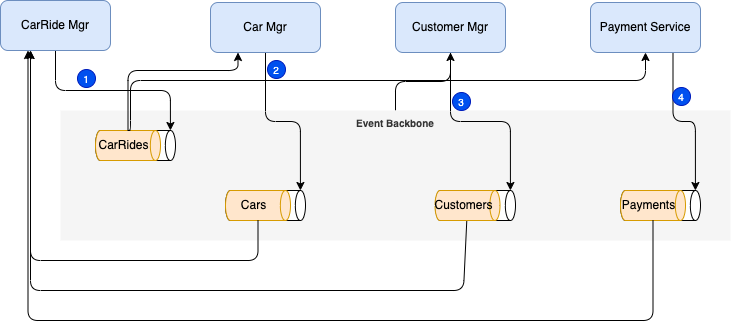
Above: docs/patterns/saga/images/saga-choreo.drawio.png in jbcodeforce/eda-studies (draw.io), before the change. Source tidied: cells renumbered, new cells last; positions are measured from the earlier drawing's top-left corner, leaving out a move shared by most shapes. Source of this version:
```xml
<mxGraphModel>
  <root>
    <mxCell id="0" />
    <mxCell id="1" parent="0" />
    <mxCell id="2" style="edgeStyle=orthogonalEdgeStyle;html=1;fontSize=10;" parent="1" edge="1" source="3" target="9">
      <mxGeometry relative="1" as="geometry" />
    </mxCell>
    <mxCell id="3" value="Event Backbone" style="rounded=0;whiteSpace=wrap;html=1;fontSize=10;fillColor=#f5f5f5;fontColor=#333333;strokeColor=none;verticalAlign=top;fontStyle=1;" parent="1" vertex="1">
      <mxGeometry x="60" y="110" width="670" height="130" as="geometry" />
    </mxCell>
    <mxCell id="4" style="edgeStyle=orthogonalEdgeStyle;html=1;entryX=0;entryY=0;entryDx=0;entryDy=5.082061767578125;entryPerimeter=0;fontSize=10;" parent="1" edge="1" source="5" target="13">
      <mxGeometry relative="1" as="geometry" />
    </mxCell>
    <mxCell id="5" value="CarRide Mgr" style="rounded=1;whiteSpace=wrap;html=1;fillColor=#dae8fc;strokeColor=#6c8ebf;" parent="1" vertex="1">
      <mxGeometry width="110" height="50" as="geometry" />
    </mxCell>
    <mxCell id="6" style="edgeStyle=orthogonalEdgeStyle;html=1;entryX=0;entryY=0;entryDx=0;entryDy=5.082061767578125;entryPerimeter=0;fontSize=10;" parent="1" edge="1" source="7" target="16">
      <mxGeometry relative="1" as="geometry" />
    </mxCell>
    <mxCell id="7" value="Car Mgr" style="rounded=1;whiteSpace=wrap;html=1;fillColor=#dae8fc;strokeColor=#6c8ebf;" parent="1" vertex="1">
      <mxGeometry x="210" y="2" width="110" height="50" as="geometry" />
    </mxCell>
    <mxCell id="8" style="edgeStyle=orthogonalEdgeStyle;html=1;entryX=0;entryY=0;entryDx=0;entryDy=5.082061767578125;entryPerimeter=0;fontSize=10;" parent="1" edge="1" source="9" target="26">
      <mxGeometry relative="1" as="geometry" />
    </mxCell>
    <mxCell id="9" value="Customer Mgr" style="rounded=1;whiteSpace=wrap;html=1;fillColor=#dae8fc;strokeColor=#6c8ebf;" parent="1" vertex="1">
      <mxGeometry x="395" y="2" width="110" height="50" as="geometry" />
    </mxCell>
    <mxCell id="10" style="edgeStyle=orthogonalEdgeStyle;html=1;exitX=0.75;exitY=1;exitDx=0;exitDy=0;entryX=0;entryY=0;entryDx=0;entryDy=5.082061767578125;fontSize=10;entryPerimeter=0;" parent="1" edge="1" source="11" target="19">
      <mxGeometry relative="1" as="geometry" />
    </mxCell>
    <mxCell id="11" value="Payment Service" style="rounded=1;whiteSpace=wrap;html=1;fillColor=#dae8fc;strokeColor=#6c8ebf;" parent="1" vertex="1">
      <mxGeometry x="590" y="2" width="110" height="50" as="geometry" />
    </mxCell>
    <mxCell id="12" style="group;horizontal=1;fontSize=10;" parent="1" vertex="1">
      <mxGeometry x="95" y="130" width="80" height="30" as="geometry" />
    </mxCell>
    <mxCell id="13" style="shape=cylinder3;whiteSpace=wrap;html=1;boundedLbl=1;backgroundOutline=1;size=5.082061767578125;rotation=90;" parent="12" vertex="1">
      <mxGeometry x="25" y="-25" width="30" height="80" as="geometry" />
    </mxCell>
    <mxCell id="14" value="CarRides" style="shape=cylinder3;whiteSpace=wrap;html=1;boundedLbl=1;backgroundOutline=1;size=5.082061767578125;rotation=90;horizontal=0;fillColor=#ffe6cc;strokeColor=#d79b00;" parent="12" vertex="1">
      <mxGeometry x="17.5" y="-17.5" width="30" height="65" as="geometry" />
    </mxCell>
    <mxCell id="15" style="group;horizontal=1;fontSize=10;" parent="1" vertex="1">
      <mxGeometry x="225" y="190" width="80" height="30" as="geometry" />
    </mxCell>
    <mxCell id="16" style="shape=cylinder3;whiteSpace=wrap;html=1;boundedLbl=1;backgroundOutline=1;size=5.082061767578125;rotation=90;" parent="15" vertex="1">
      <mxGeometry x="25" y="-25" width="30" height="80" as="geometry" />
    </mxCell>
    <mxCell id="17" value="Cars" style="shape=cylinder3;whiteSpace=wrap;html=1;boundedLbl=1;backgroundOutline=1;size=5.082061767578125;rotation=90;horizontal=0;fillColor=#ffe6cc;strokeColor=#d79b00;" parent="15" vertex="1">
      <mxGeometry x="17.5" y="-17.5" width="30" height="65" as="geometry" />
    </mxCell>
    <mxCell id="18" style="group;horizontal=1;fontSize=10;" parent="1" vertex="1">
      <mxGeometry x="620" y="190" width="80" height="30" as="geometry" />
    </mxCell>
    <mxCell id="19" style="shape=cylinder3;whiteSpace=wrap;html=1;boundedLbl=1;backgroundOutline=1;size=5.082061767578125;rotation=90;" parent="18" vertex="1">
      <mxGeometry x="25" y="-25" width="30" height="80" as="geometry" />
    </mxCell>
    <mxCell id="20" value="Payments" style="shape=cylinder3;whiteSpace=wrap;html=1;boundedLbl=1;backgroundOutline=1;size=5.082061767578125;rotation=90;horizontal=0;fillColor=#ffe6cc;strokeColor=#d79b00;" parent="18" vertex="1">
      <mxGeometry x="17.5" y="-17.5" width="30" height="65" as="geometry" />
    </mxCell>
    <mxCell id="21" style="edgeStyle=orthogonalEdgeStyle;html=1;entryX=0.25;entryY=1;entryDx=0;entryDy=0;fontSize=10;" parent="1" edge="1" source="14" target="7">
      <mxGeometry relative="1" as="geometry">
        <Array as="points">
          <mxPoint x="127" y="70" />
          <mxPoint x="237" y="70" />
        </Array>
      </mxGeometry>
    </mxCell>
    <mxCell id="22" style="edgeStyle=orthogonalEdgeStyle;html=1;entryX=0.5;entryY=1;entryDx=0;entryDy=0;fontSize=10;exitX=0;exitY=0.5;exitDx=0;exitDy=0;exitPerimeter=0;" parent="1" edge="1" source="14" target="11">
      <mxGeometry relative="1" as="geometry">
        <Array as="points">
          <mxPoint x="130" y="130" />
          <mxPoint x="130" y="80" />
          <mxPoint x="645" y="80" />
        </Array>
      </mxGeometry>
    </mxCell>
    <mxCell id="23" style="edgeStyle=orthogonalEdgeStyle;html=1;entryX=0.25;entryY=1;entryDx=0;entryDy=0;fontSize=10;" parent="1" edge="1" source="20" target="5">
      <mxGeometry relative="1" as="geometry">
        <Array as="points">
          <mxPoint x="653" y="320" />
          <mxPoint x="28" y="320" />
        </Array>
      </mxGeometry>
    </mxCell>
    <mxCell id="24" style="edgeStyle=orthogonalEdgeStyle;html=1;fontSize=10;" parent="1" edge="1" source="27">
      <mxGeometry relative="1" as="geometry">
        <mxPoint x="30" y="50" as="targetPoint" />
        <Array as="points">
          <mxPoint x="463" y="290" />
          <mxPoint x="30" y="290" />
        </Array>
      </mxGeometry>
    </mxCell>
    <mxCell id="25" style="edgeStyle=orthogonalEdgeStyle;html=1;fontSize=10;" parent="1" edge="1" source="17">
      <mxGeometry relative="1" as="geometry">
        <mxPoint x="30" y="50" as="targetPoint" />
        <Array as="points">
          <mxPoint x="257" y="260" />
          <mxPoint x="30" y="260" />
        </Array>
      </mxGeometry>
    </mxCell>
    <mxCell id="26" style="shape=cylinder3;whiteSpace=wrap;html=1;boundedLbl=1;backgroundOutline=1;size=5.082061767578125;rotation=90;" parent="1" vertex="1">
      <mxGeometry x="460" y="165" width="30" height="80" as="geometry" />
    </mxCell>
    <mxCell id="27" value="Customers" style="shape=cylinder3;whiteSpace=wrap;html=1;boundedLbl=1;backgroundOutline=1;size=5.082061767578125;rotation=90;horizontal=0;fillColor=#ffe6cc;strokeColor=#d79b00;" parent="1" vertex="1">
      <mxGeometry x="452" y="172.5" width="30" height="65" as="geometry" />
    </mxCell>
    <mxCell id="28" value="1" style="ellipse;whiteSpace=wrap;html=1;strokeColor=#001DBC;fontSize=10;fillColor=#0050ef;fontColor=#ffffff;" parent="1" vertex="1">
      <mxGeometry x="77" y="69" width="18" height="18" as="geometry" />
    </mxCell>
    <mxCell id="29" value="2" style="ellipse;whiteSpace=wrap;html=1;strokeColor=#001DBC;fontSize=10;fillColor=#0050ef;fontColor=#ffffff;" parent="1" vertex="1">
      <mxGeometry x="267" y="60" width="18" height="18" as="geometry" />
    </mxCell>
    <mxCell id="30" value="3&lt;span style=&quot;color: rgba(0, 0, 0, 0); font-family: monospace; font-size: 0px; text-align: start;&quot;&gt;%3CmxGraphModel%3E%3Croot%3E%3CmxCell%20id%3D%220%22%2F%3E%3CmxCell%20id%3D%221%22%20parent%3D%220%22%2F%3E%3CmxCell%20id%3D%222%22%20value%3D%222%22%20style%3D%22ellipse%3BwhiteSpace%3Dwrap%3Bhtml%3D1%3Baspect%3Dfixed%3BstrokeColor%3D%23001DBC%3BfontSize%3D10%3BfillColor%3D%230050ef%3BfontColor%3D%23ffffff%3B%22%20vertex%3D%221%22%20parent%3D%221%22%3E%3CmxGeometry%20x%3D%22297%22%20y%3D%2290%22%20width%3D%2218%22%20height%3D%2218%22%20as%3D%22geometry%22%2F%3E%3C%2FmxCell%3E%3C%2Froot%3E%3C%2FmxGraphModel%3E&lt;/span&gt;" style="ellipse;whiteSpace=wrap;html=1;strokeColor=#001DBC;fontSize=10;fillColor=#0050ef;fontColor=#ffffff;" parent="1" vertex="1">
      <mxGeometry x="452" y="92" width="18" height="18" as="geometry" />
    </mxCell>
    <mxCell id="31" value="4" style="ellipse;whiteSpace=wrap;html=1;strokeColor=#001DBC;fontSize=10;fillColor=#0050ef;fontColor=#ffffff;" parent="1" vertex="1">
      <mxGeometry x="672" y="87" width="18" height="18" as="geometry" />
    </mxCell>
  </root>
</mxGraphModel>
```
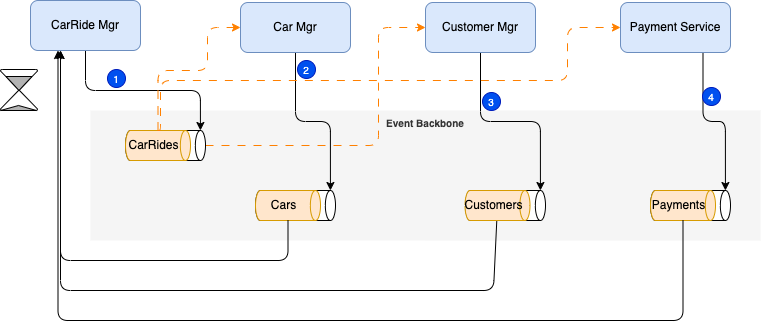
After the change.

The edit, as a diff of the source:
```diff
@@ -2,12 +2,17 @@
   <root>
     <mxCell id="0" />
     <mxCell id="1" parent="0" />
+    <mxCell id="3" value="Event Backbone" style="rounded=0;whiteSpace=wrap;html=1;fontSize=10;fillColor=#f5f5f5;fontColor=#333333;strokeColor=none;verticalAlign=top;fontStyle=1;" parent="1" vertex="1">
+      <mxGeometry x="60" y="110" width="670" height="130" as="geometry" />
+    </mxCell>
-    <mxCell id="2" style="edgeStyle=orthogonalEdgeStyle;html=1;fontSize=10;" parent="1" edge="1" source="3" target="9">
-      <mxGeometry relative="1" as="geometry" />
+    <mxCell id="2" style="edgeStyle=orthogonalEdgeStyle;html=1;fontSize=10;exitX=0.5;exitY=0;exitDx=0;exitDy=0;exitPerimeter=0;dashed=1;dashPattern=8 8;strokeColor=#FF8000;" parent="1" edge="1" source="13" target="9">
+      <mxGeometry relative="1" as="geometry">
+        <Array as="points">
+          <mxPoint x="348" y="145" />
+          <mxPoint x="348" y="27" />
+        </Array>
+      </mxGeometry>
     </mxCell>
-    <mxCell id="3" value="Event Backbone" style="rounded=0;whiteSpace=wrap;html=1;fontSize=10;fillColor=#f5f5f5;fontColor=#333333;strokeColor=none;verticalAlign=top;fontStyle=1;" parent="1" vertex="1">
-      <mxGeometry x="60" y="110" width="670" height="130" as="geometry" />
-    </mxCell>
     <mxCell id="4" style="edgeStyle=orthogonalEdgeStyle;html=1;entryX=0;entryY=0;entryDx=0;entryDy=5.082061767578125;entryPerimeter=0;fontSize=10;" parent="1" edge="1" source="5" target="13">
       <mxGeometry relative="1" as="geometry" />
     </mxCell>
@@ -59,20 +64,22 @@
     <mxCell id="20" value="Payments" style="shape=cylinder3;whiteSpace=wrap;html=1;boundedLbl=1;backgroundOutline=1;size=5.082061767578125;rotation=90;horizontal=0;fillColor=#ffe6cc;strokeColor=#d79b00;" parent="18" vertex="1">
       <mxGeometry x="17.5" y="-17.5" width="30" height="65" as="geometry" />
     </mxCell>
-    <mxCell id="21" style="edgeStyle=orthogonalEdgeStyle;html=1;entryX=0.25;entryY=1;entryDx=0;entryDy=0;fontSize=10;" parent="1" edge="1" source="14" target="7">
+    <mxCell id="21" style="edgeStyle=orthogonalEdgeStyle;html=1;entryX=0;entryY=0.5;entryDx=0;entryDy=0;fontSize=10;dashed=1;dashPattern=8 8;strokeColor=#FF8000;" parent="1" edge="1" source="14" target="7">
       <mxGeometry relative="1" as="geometry">
         <Array as="points">
-          <mxPoint x="127" y="70" />
-          <mxPoint x="237" y="70" />
+          <mxPoint x="128" y="70" />
+          <mxPoint x="177" y="70" />
+          <mxPoint x="177" y="27" />
         </Array>
       </mxGeometry>
     </mxCell>
-    <mxCell id="22" style="edgeStyle=orthogonalEdgeStyle;html=1;entryX=0.5;entryY=1;entryDx=0;entryDy=0;fontSize=10;exitX=0;exitY=0.5;exitDx=0;exitDy=0;exitPerimeter=0;" parent="1" edge="1" source="14" target="11">
+    <mxCell id="22" style="edgeStyle=orthogonalEdgeStyle;html=1;entryX=0;entryY=0.5;entryDx=0;entryDy=0;fontSize=10;exitX=0;exitY=0.5;exitDx=0;exitDy=0;exitPerimeter=0;dashed=1;dashPattern=8 8;strokeColor=#FF8000;" parent="1" edge="1" source="14" target="11">
       <mxGeometry relative="1" as="geometry">
         <Array as="points">
           <mxPoint x="130" y="130" />
           <mxPoint x="130" y="80" />
-          <mxPoint x="645" y="80" />
+          <mxPoint x="537" y="80" />
+          <mxPoint x="537" y="27" />
         </Array>
       </mxGeometry>
     </mxCell>
@@ -120,5 +127,17 @@
     <mxCell id="31" value="4" style="ellipse;whiteSpace=wrap;html=1;strokeColor=#001DBC;fontSize=10;fillColor=#0050ef;fontColor=#ffffff;" parent="1" vertex="1">
       <mxGeometry x="672" y="87" width="18" height="18" as="geometry" />
     </mxCell>
+    <mxCell id="32" style="group;" parent="1" vertex="1">
+      <mxGeometry x="-30" y="69" width="37" height="41" as="geometry" />
+    </mxCell>
+    <mxCell id="33" style="verticalLabelPosition=bottom;verticalAlign=top;html=1;shape=mxgraph.flowchart.collate;fillColor=none;" parent="32" vertex="1">
+      <mxGeometry width="37" height="41" as="geometry" />
+    </mxCell>
+    <mxCell id="34" style="shape=trapezoid;perimeter=trapezoidPerimeter;whiteSpace=wrap;html=1;fixedSize=1;fillColor=#B3B3B3;size=21;" parent="32" vertex="1">
+      <mxGeometry y="36" width="36" height="5" as="geometry" />
+    </mxCell>
+    <mxCell id="35" style="shape=trapezoid;perimeter=trapezoidPerimeter;whiteSpace=wrap;html=1;fixedSize=1;fillColor=#B3B3B3;size=21;rotation=-180;" parent="32" vertex="1">
+      <mxGeometry x="5.5" y="7" width="26" height="14" as="geometry" />
+    </mxCell>
   </root>
 </mxGraphModel>
```
